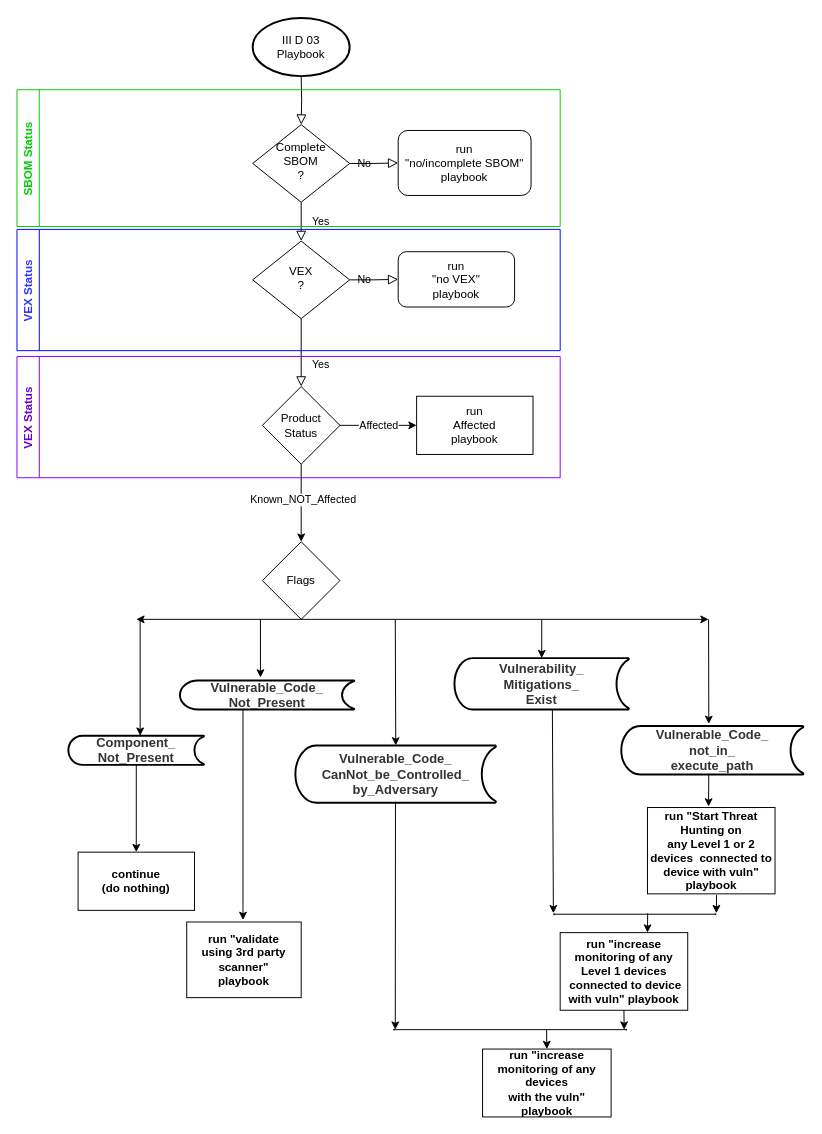
The draw.io diagram Images/IIID03.drawio in sparrell/Ogres, before the edit. Source tidied: cells renumbered, new cells numbered last; positions are measured from the earlier drawing's top-left corner, leaving out a move shared by most shapes. Both pictures are drawn from the tidied source at 97%, with x=0, y=0 at pixel (16, 17).
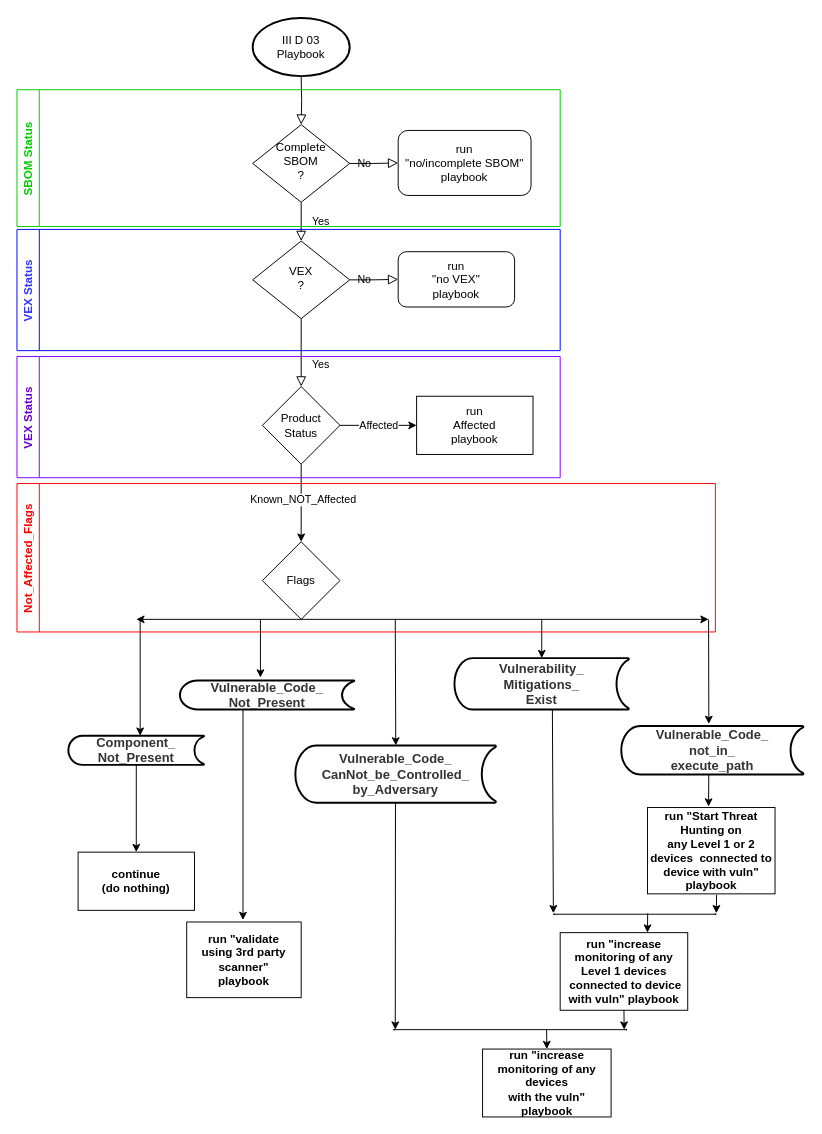
The same diagram, later.

Commit message (it also covers changes not shown here):
pace cacao pic

The edit, as a diff of the source:
```diff
@@
+    <mxCell id="48" value="Not_Affected_Flags" style="swimlane;horizontal=0;strokeColor=#FF0000;fontColor=#FF0000;" parent="1" vertex="1">
+      <mxGeometry y="480" width="720" height="153" as="geometry" />
+    </mxCell>
```
